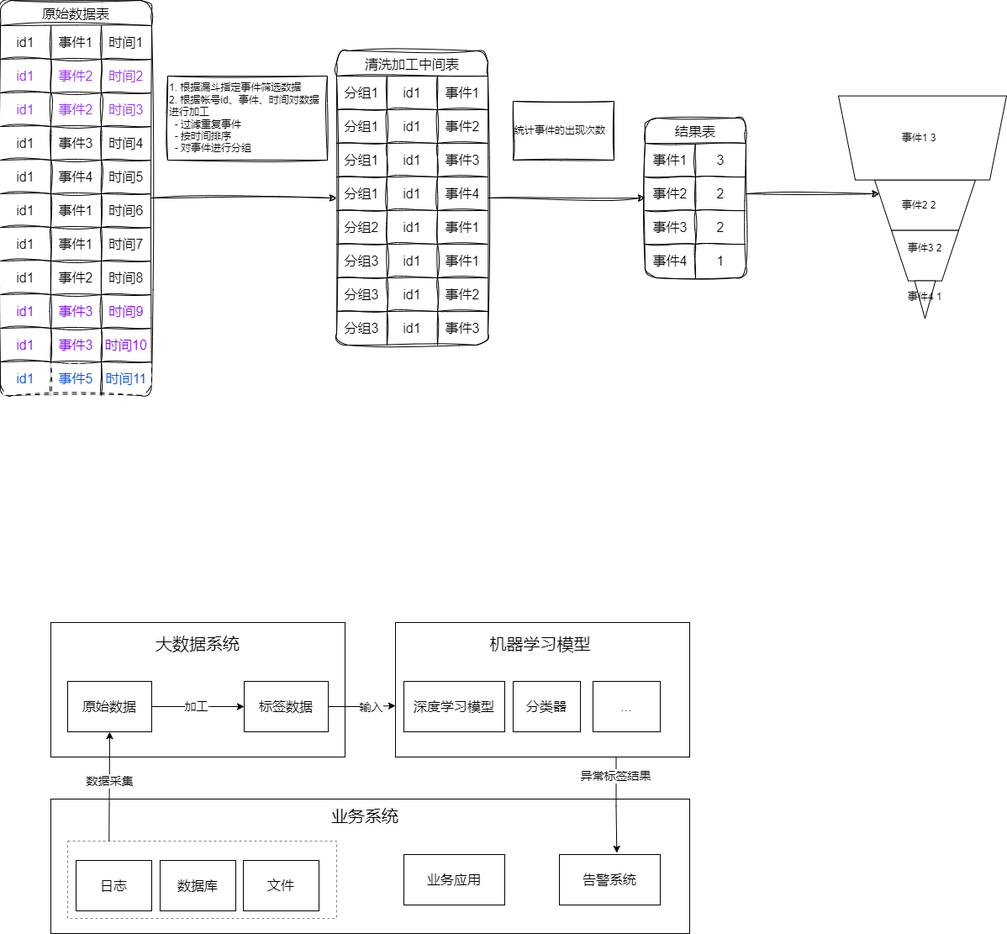
fxfng/hello-world keeps this draw.io diagram as test1.drawio.png. Above is the earlier version. Source tidied: cells renumbered, new cells last; positions are measured from the earlier drawing's top-left corner, leaving out a move shared by most shapes.
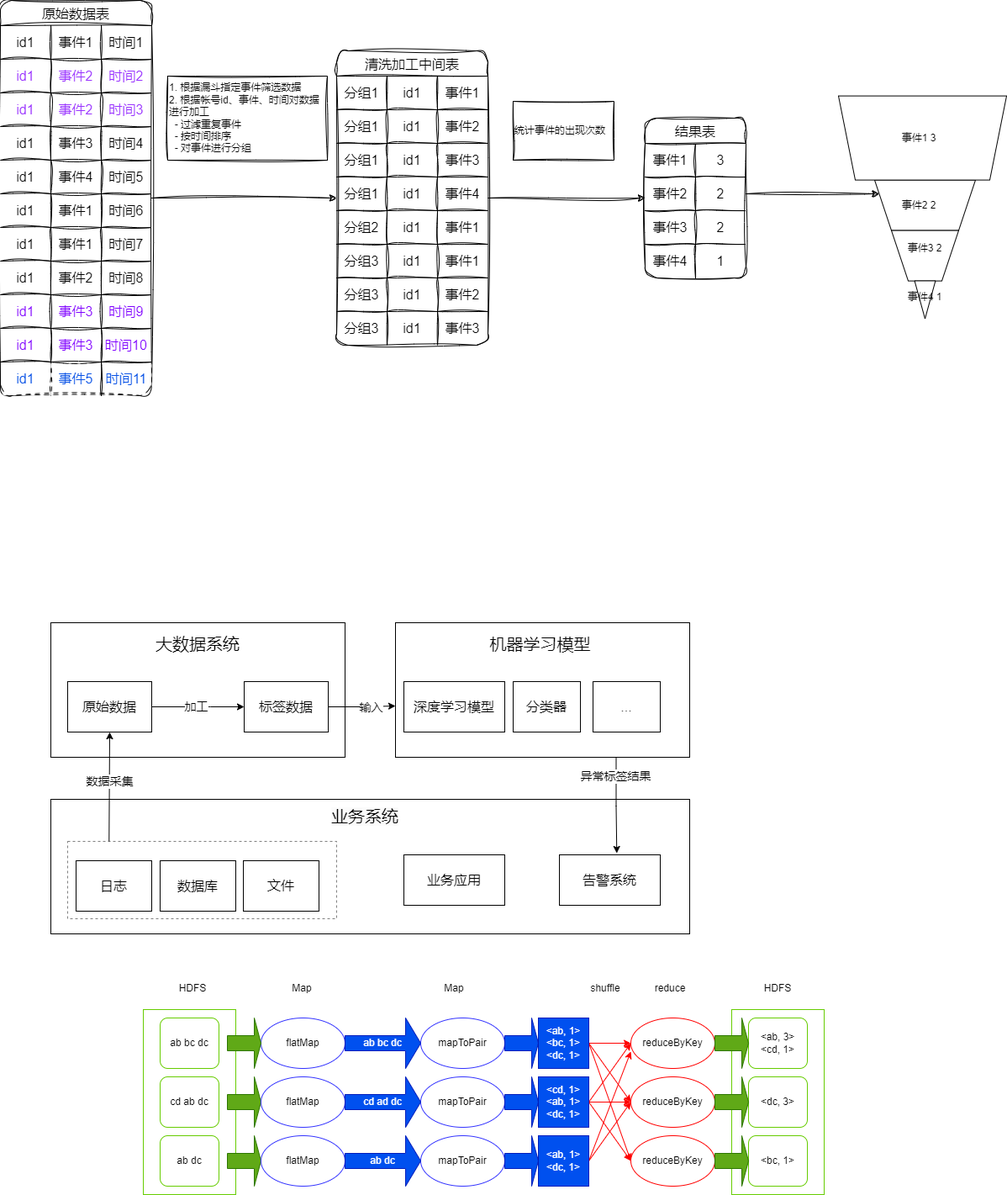
Later version of the same file.

The edit, as a diff of the source:
```diff
@@ -2,6 +2,12 @@
   <root>
     <mxCell id="0" />
     <mxCell id="1" parent="0" />
+    <mxCell id="131" style="rounded=0;whiteSpace=wrap;html=1;strokeColor=#66CC00;" parent="1" vertex="1">
+      <mxGeometry x="870" y="1200" width="110" height="220" as="geometry" />
+    </mxCell>
+    <mxCell id="132" style="rounded=0;whiteSpace=wrap;html=1;labelBorderColor=none;strokeColor=#66CC00;" parent="1" vertex="1">
+      <mxGeometry x="170" y="1200" width="110" height="220" as="geometry" />
+    </mxCell>
     <mxCell id="2" style="edgeStyle=orthogonalEdgeStyle;rounded=0;jettySize=auto;html=1;sketch=1;curveFitting=1;jiggle=2;" parent="1" edge="1" source="3" target="49">
       <mxGeometry relative="1" as="geometry" />
     </mxCell>
@@ -404,5 +410,139 @@
     <mxCell id="130" value="&lt;font style=&quot;font-size: 16px;&quot;&gt;业务应用&lt;/font&gt;" style="rounded=0;whiteSpace=wrap;html=1;" parent="1" vertex="1">
       <mxGeometry x="480" y="1016" width="120" height="60" as="geometry" />
     </mxCell>
+    <mxCell id="133" value="ab bc dc" style="rounded=1;whiteSpace=wrap;html=1;strokeColor=#66CC00;" parent="1" vertex="1">
+      <mxGeometry x="190" y="1210" width="70" height="60" as="geometry" />
+    </mxCell>
+    <mxCell id="134" value="cd ab dc" style="rounded=1;whiteSpace=wrap;html=1;strokeColor=#66CC00;" parent="1" vertex="1">
+      <mxGeometry x="190" y="1280" width="70" height="60" as="geometry" />
+    </mxCell>
+    <mxCell id="135" value="ab dc" style="rounded=1;whiteSpace=wrap;html=1;strokeColor=#66CC00;" parent="1" vertex="1">
+      <mxGeometry x="190" y="1350" width="70" height="60" as="geometry" />
+    </mxCell>
+    <mxCell id="136" value="flatMap" style="ellipse;whiteSpace=wrap;html=1;strokeColor=#3333FF;" parent="1" vertex="1">
+      <mxGeometry x="310" y="1210" width="100" height="60" as="geometry" />
+    </mxCell>
+    <mxCell id="137" style="shape=singleArrow;whiteSpace=wrap;html=1;fillColor=#60a917;fontColor=#ffffff;strokeColor=#2D7600;" parent="1" vertex="1">
+      <mxGeometry x="270" y="1210" width="40" height="60" as="geometry" />
+    </mxCell>
+    <mxCell id="138" style="shape=singleArrow;whiteSpace=wrap;html=1;fillColor=#60a917;fontColor=#ffffff;strokeColor=#2D7600;" parent="1" vertex="1">
+      <mxGeometry x="270" y="1350" width="40" height="60" as="geometry" />
+    </mxCell>
+    <mxCell id="139" style="shape=singleArrow;whiteSpace=wrap;html=1;fillColor=#60a917;fontColor=#ffffff;strokeColor=#2D7600;" parent="1" vertex="1">
+      <mxGeometry x="270" y="1280" width="40" height="60" as="geometry" />
+    </mxCell>
+    <mxCell id="140" value="flatMap" style="ellipse;whiteSpace=wrap;html=1;strokeColor=#3333FF;" parent="1" vertex="1">
+      <mxGeometry x="310" y="1280" width="100" height="60" as="geometry" />
+    </mxCell>
+    <mxCell id="141" value="flatMap" style="ellipse;whiteSpace=wrap;html=1;strokeColor=#3333FF;" parent="1" vertex="1">
+      <mxGeometry x="310" y="1350" width="100" height="60" as="geometry" />
+    </mxCell>
+    <mxCell id="142" value="mapToPair" style="ellipse;whiteSpace=wrap;html=1;strokeColor=#3333FF;" parent="1" vertex="1">
+      <mxGeometry x="500" y="1350" width="100" height="60" as="geometry" />
+    </mxCell>
+    <mxCell id="143" value="mapToPair" style="ellipse;whiteSpace=wrap;html=1;strokeColor=#3333FF;" parent="1" vertex="1">
+      <mxGeometry x="500" y="1280" width="100" height="60" as="geometry" />
+    </mxCell>
+    <mxCell id="144" value="mapToPair" style="ellipse;whiteSpace=wrap;html=1;strokeColor=#3333FF;" parent="1" vertex="1">
+      <mxGeometry x="500" y="1210" width="100" height="60" as="geometry" />
+    </mxCell>
+    <mxCell id="145" value="ab bc dc" style="shape=singleArrow;whiteSpace=wrap;html=1;fillColor=#0050ef;fontColor=#ffffff;strokeColor=#001DBC;" parent="1" vertex="1">
+      <mxGeometry x="410" y="1210" width="90" height="60" as="geometry" />
+    </mxCell>
+    <mxCell id="146" value="cd ad dc" style="shape=singleArrow;whiteSpace=wrap;html=1;fillColor=#0050ef;fontColor=#ffffff;strokeColor=#001DBC;" parent="1" vertex="1">
+      <mxGeometry x="410" y="1280" width="90" height="60" as="geometry" />
+    </mxCell>
+    <mxCell id="147" value="ab dc" style="shape=singleArrow;whiteSpace=wrap;html=1;fillColor=#0050ef;fontColor=#ffffff;strokeColor=#001DBC;" parent="1" vertex="1">
+      <mxGeometry x="410" y="1350" width="90" height="60" as="geometry" />
+    </mxCell>
+    <mxCell id="148" style="shape=singleArrow;whiteSpace=wrap;html=1;fillColor=#0050ef;fontColor=#ffffff;strokeColor=#001DBC;" parent="1" vertex="1">
+      <mxGeometry x="600" y="1210" width="40" height="60" as="geometry" />
+    </mxCell>
+    <mxCell id="149" style="shape=singleArrow;whiteSpace=wrap;html=1;fillColor=#0050ef;fontColor=#ffffff;strokeColor=#001DBC;" parent="1" vertex="1">
+      <mxGeometry x="600" y="1280" width="40" height="60" as="geometry" />
+    </mxCell>
+    <mxCell id="150" style="shape=singleArrow;whiteSpace=wrap;html=1;fillColor=#0050ef;fontColor=#ffffff;strokeColor=#001DBC;" parent="1" vertex="1">
+      <mxGeometry x="600" y="1350" width="40" height="60" as="geometry" />
+    </mxCell>
+    <mxCell id="151" style="edgeStyle=orthogonalEdgeStyle;rounded=0;jettySize=auto;html=1;exitX=1;exitY=0.5;exitDx=0;exitDy=0;entryX=0;entryY=0.5;entryDx=0;entryDy=0;strokeColor=#FF0000;" parent="1" edge="1" source="154" target="162">
+      <mxGeometry relative="1" as="geometry" />
+    </mxCell>
+    <mxCell id="152" style="rounded=0;jettySize=auto;html=1;exitX=1;exitY=0.5;exitDx=0;exitDy=0;entryX=0;entryY=0.5;entryDx=0;entryDy=0;elbow=vertical;strokeColor=#FF0000;" parent="1" edge="1" source="154" target="163">
+      <mxGeometry relative="1" as="geometry" />
+    </mxCell>
+    <mxCell id="153" style="rounded=0;jettySize=auto;html=1;exitX=1;exitY=0.5;exitDx=0;exitDy=0;entryX=0;entryY=0.5;entryDx=0;entryDy=0;strokeColor=#FF0000;" parent="1" edge="1" source="154" target="164">
+      <mxGeometry relative="1" as="geometry" />
+    </mxCell>
+    <mxCell id="154" value="&amp;lt;ab, 1&amp;gt;&lt;div&gt;&amp;lt;bc, 1&amp;gt;&lt;/div&gt;&lt;div&gt;&amp;lt;dc, 1&amp;gt;&lt;/div&gt;" style="whiteSpace=wrap;html=1;fillColor=#0050ef;fontColor=#ffffff;strokeColor=#001DBC;" parent="1" vertex="1">
+      <mxGeometry x="640" y="1210" width="60" height="60" as="geometry" />
+    </mxCell>
+    <mxCell id="155" style="rounded=0;jettySize=auto;html=1;exitX=1;exitY=0.5;exitDx=0;exitDy=0;entryX=0;entryY=0.5;entryDx=0;entryDy=0;strokeColor=#FF0000;" parent="1" edge="1" source="158" target="162">
+      <mxGeometry relative="1" as="geometry" />
+    </mxCell>
+    <mxCell id="156" style="edgeStyle=orthogonalEdgeStyle;rounded=0;jettySize=auto;html=1;exitX=1;exitY=0.5;exitDx=0;exitDy=0;entryX=0;entryY=0.5;entryDx=0;entryDy=0;strokeColor=#FF0000;" parent="1" edge="1" source="158" target="163">
+      <mxGeometry relative="1" as="geometry" />
+    </mxCell>
+    <mxCell id="157" style="rounded=0;jettySize=auto;html=1;exitX=1;exitY=0.5;exitDx=0;exitDy=0;entryX=0;entryY=0.5;entryDx=0;entryDy=0;strokeColor=#FF0000;" parent="1" edge="1" source="158" target="164">
+      <mxGeometry relative="1" as="geometry" />
+    </mxCell>
+    <mxCell id="158" value="&amp;lt;cd, 1&amp;gt;&lt;div&gt;&amp;lt;ab, 1&amp;gt;&lt;/div&gt;&lt;div&gt;&amp;lt;dc, 1&amp;gt;&lt;/div&gt;" style="whiteSpace=wrap;html=1;fillColor=#0050ef;fontColor=#ffffff;strokeColor=#001DBC;" parent="1" vertex="1">
+      <mxGeometry x="640" y="1280" width="60" height="60" as="geometry" />
+    </mxCell>
+    <mxCell id="159" style="rounded=0;jettySize=auto;html=1;exitX=1;exitY=0.5;exitDx=0;exitDy=0;strokeColor=#FF0000;" parent="1" edge="1" source="161">
+      <mxGeometry relative="1" as="geometry">
+        <mxPoint x="750" y="1250" as="targetPoint" />
+      </mxGeometry>
+    </mxCell>
+    <mxCell id="160" style="rounded=0;jettySize=auto;html=1;exitX=1;exitY=0.5;exitDx=0;exitDy=0;entryX=0;entryY=0.5;entryDx=0;entryDy=0;strokeColor=#FF0000;" parent="1" edge="1" source="161" target="163">
+      <mxGeometry relative="1" as="geometry" />
+    </mxCell>
+    <mxCell id="161" value="&amp;lt;ab, 1&amp;gt;&lt;div&gt;&amp;lt;dc, 1&amp;gt;&lt;/div&gt;" style="whiteSpace=wrap;html=1;fillColor=#0050ef;fontColor=#ffffff;strokeColor=#001DBC;" parent="1" vertex="1">
+      <mxGeometry x="640" y="1350" width="60" height="60" as="geometry" />
+    </mxCell>
+    <mxCell id="162" value="reduceByKey" style="ellipse;whiteSpace=wrap;html=1;strokeColor=#FF0000;" parent="1" vertex="1">
+      <mxGeometry x="750" y="1210" width="100" height="60" as="geometry" />
+    </mxCell>
+    <mxCell id="163" value="reduceByKey" style="ellipse;whiteSpace=wrap;html=1;strokeColor=#FF0000;" parent="1" vertex="1">
+      <mxGeometry x="750" y="1280" width="100" height="60" as="geometry" />
+    </mxCell>
+    <mxCell id="164" value="reduceByKey" style="ellipse;whiteSpace=wrap;html=1;strokeColor=#FF0000;" parent="1" vertex="1">
+      <mxGeometry x="750" y="1350" width="100" height="60" as="geometry" />
+    </mxCell>
+    <mxCell id="165" value="&amp;lt;ab, 3&amp;gt;&lt;div&gt;&amp;lt;cd, 1&amp;gt;&lt;/div&gt;" style="rounded=1;whiteSpace=wrap;html=1;strokeColor=#66CC00;" parent="1" vertex="1">
+      <mxGeometry x="890" y="1210" width="70" height="60" as="geometry" />
+    </mxCell>
+    <mxCell id="166" value="&amp;lt;dc, 3&amp;gt;" style="rounded=1;whiteSpace=wrap;html=1;strokeColor=#66CC00;" parent="1" vertex="1">
+      <mxGeometry x="890" y="1280" width="70" height="60" as="geometry" />
+    </mxCell>
+    <mxCell id="167" value="&amp;lt;bc, 1&amp;gt;" style="rounded=1;whiteSpace=wrap;html=1;strokeColor=#66CC00;" parent="1" vertex="1">
+      <mxGeometry x="890" y="1350" width="70" height="60" as="geometry" />
+    </mxCell>
+    <mxCell id="168" style="shape=singleArrow;whiteSpace=wrap;html=1;fillColor=#60a917;fontColor=#ffffff;strokeColor=#2D7600;" parent="1" vertex="1">
+      <mxGeometry x="850" y="1210" width="40" height="60" as="geometry" />
+    </mxCell>
+    <mxCell id="169" style="shape=singleArrow;whiteSpace=wrap;html=1;fillColor=#60a917;fontColor=#ffffff;strokeColor=#2D7600;" parent="1" vertex="1">
+      <mxGeometry x="850" y="1350" width="40" height="60" as="geometry" />
+    </mxCell>
+    <mxCell id="170" style="shape=singleArrow;whiteSpace=wrap;html=1;fillColor=#60a917;fontColor=#ffffff;strokeColor=#2D7600;" parent="1" vertex="1">
+      <mxGeometry x="850" y="1280" width="40" height="60" as="geometry" />
+    </mxCell>
+    <mxCell id="171" value="HDFS" style="text;html=1;align=center;verticalAlign=middle;whiteSpace=wrap;rounded=0;" parent="1" vertex="1">
+      <mxGeometry x="199" y="1160" width="60" height="30" as="geometry" />
+    </mxCell>
+    <mxCell id="172" value="HDFS" style="text;html=1;align=center;verticalAlign=middle;whiteSpace=wrap;rounded=0;" parent="1" vertex="1">
+      <mxGeometry x="895" y="1160" width="60" height="30" as="geometry" />
+    </mxCell>
+    <mxCell id="173" value="Map" style="text;html=1;align=center;verticalAlign=middle;whiteSpace=wrap;rounded=0;" parent="1" vertex="1">
+      <mxGeometry x="329" y="1160" width="60" height="30" as="geometry" />
+    </mxCell>
+    <mxCell id="174" value="Map" style="text;html=1;align=center;verticalAlign=middle;whiteSpace=wrap;rounded=0;" parent="1" vertex="1">
+      <mxGeometry x="510" y="1160" width="60" height="30" as="geometry" />
+    </mxCell>
+    <mxCell id="175" value="reduce" style="text;html=1;align=center;verticalAlign=middle;whiteSpace=wrap;rounded=0;" parent="1" vertex="1">
+      <mxGeometry x="767" y="1160" width="60" height="30" as="geometry" />
+    </mxCell>
+    <mxCell id="176" value="shuffle" style="text;html=1;align=center;verticalAlign=middle;whiteSpace=wrap;rounded=0;" parent="1" vertex="1">
+      <mxGeometry x="690" y="1160" width="60" height="30" as="geometry" />
+    </mxCell>
   </root>
 </mxGraphModel>
```
